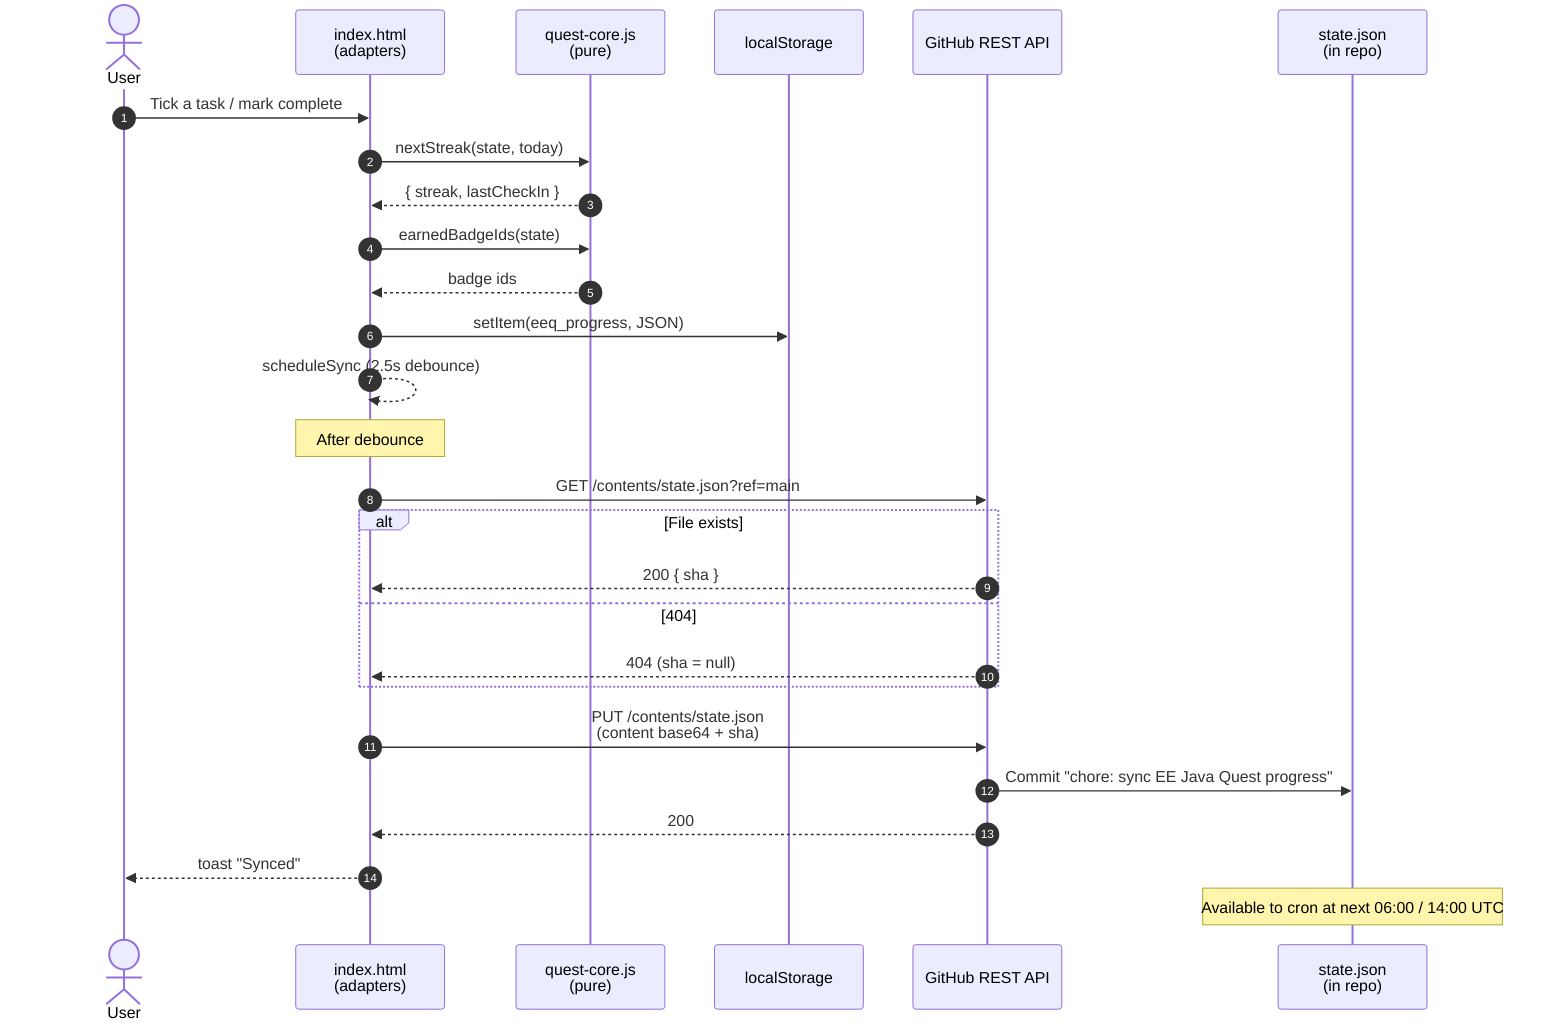
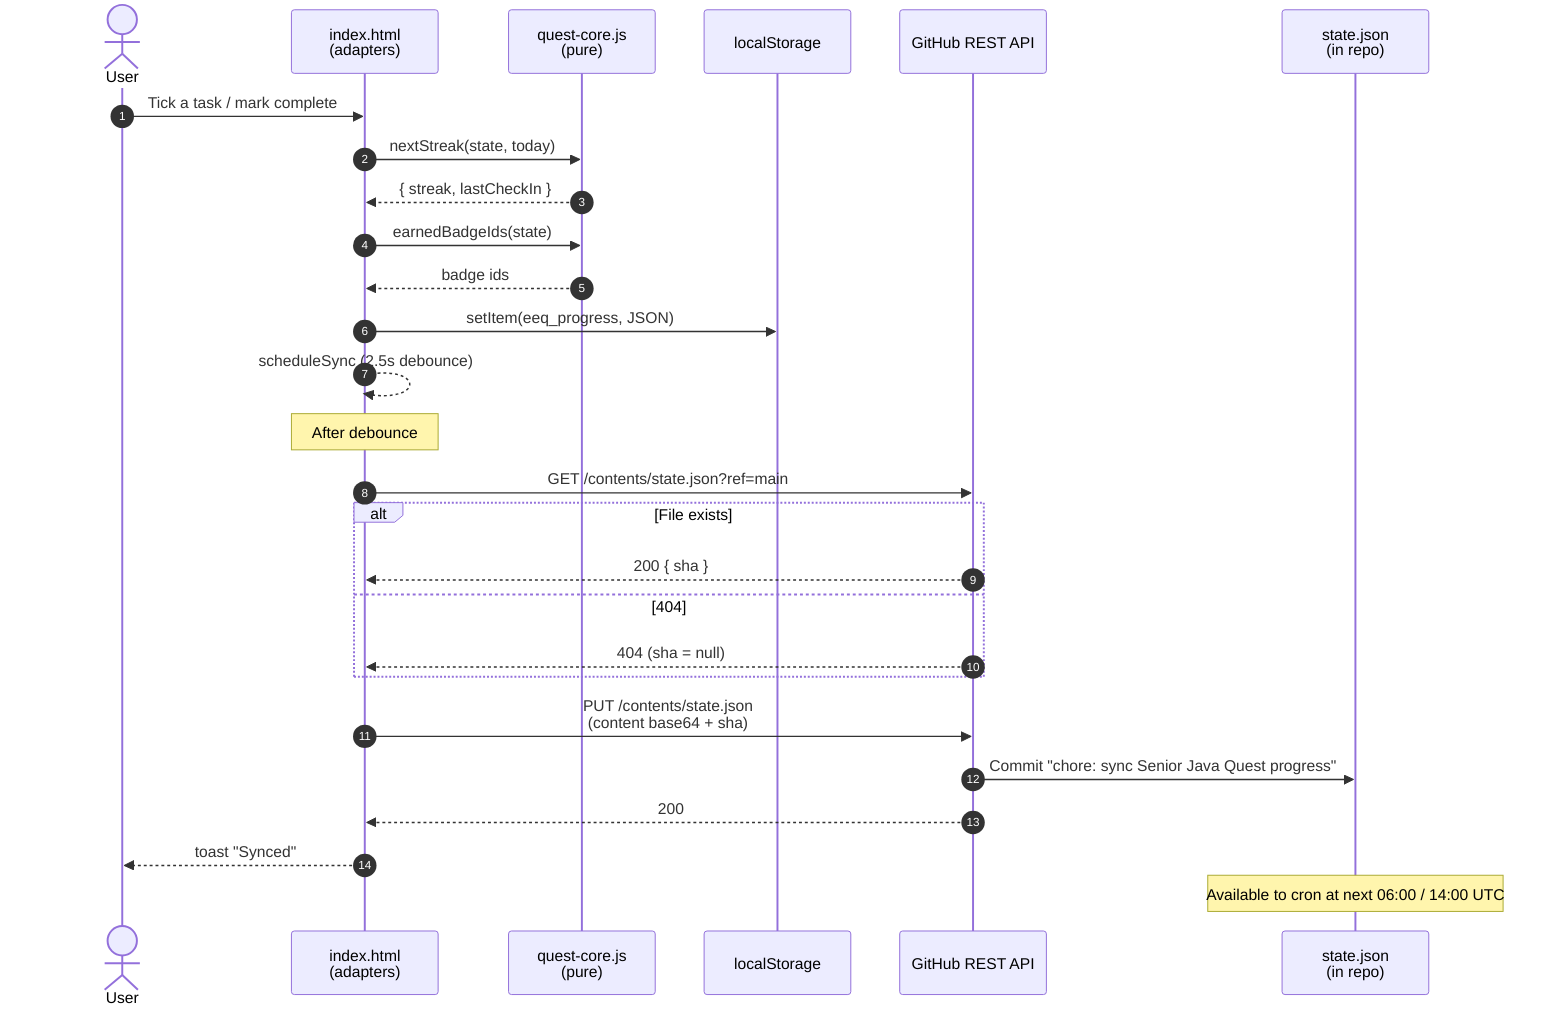
%%{init: {'theme':'default'}}%%
sequenceDiagram
    autonumber
    actor U as User
    participant A as index.html<br/>(adapters)
    participant Q as quest-core.js<br/>(pure)
    participant L as localStorage
    participant G as GitHub REST API
    participant R as state.json<br/>(in repo)

    U->>A: Tick a task / mark complete
    A->>Q: nextStreak(state, today)
    Q-->>A: { streak, lastCheckIn }
    A->>Q: earnedBadgeIds(state)
    Q-->>A: badge ids
    A->>L: setItem(eeq_progress, JSON)
    A-->>A: scheduleSync (2.5s debounce)

    Note over A: After debounce
    A->>G: GET /contents/state.json?ref=main
    alt File exists
        G-->>A: 200 { sha }
    else 404
        G-->>A: 404 (sha = null)
    end

    A->>G: PUT /contents/state.json<br/>(content base64 + sha)
-     G->>R: Commit "chore: sync EE Java Quest progress"
+     G->>R: Commit "chore: sync Senior Java Quest progress"
    G-->>A: 200
    A-->>U: toast "Synced"

    Note over R: Available to cron at next 06:00 / 14:00 UTC
